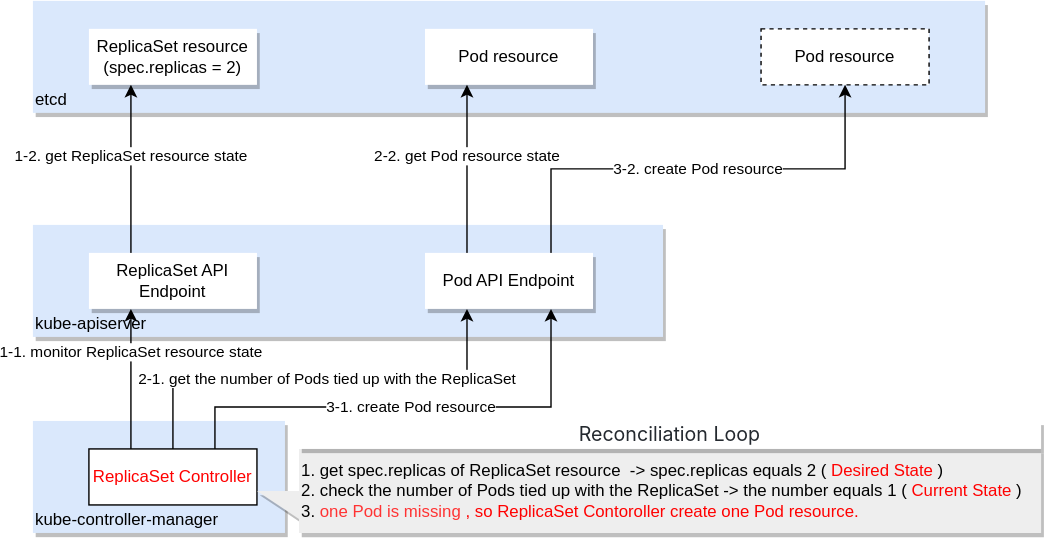
Before: Kubernetes/images/replicaset-controller.drawio.svg, a diagram exported from draw.io (k-makino-jp/sandbox). Source tidied: cells renumbered, new cells last; positions are measured from the earlier drawing's top-left corner, leaving out a move shared by most shapes.
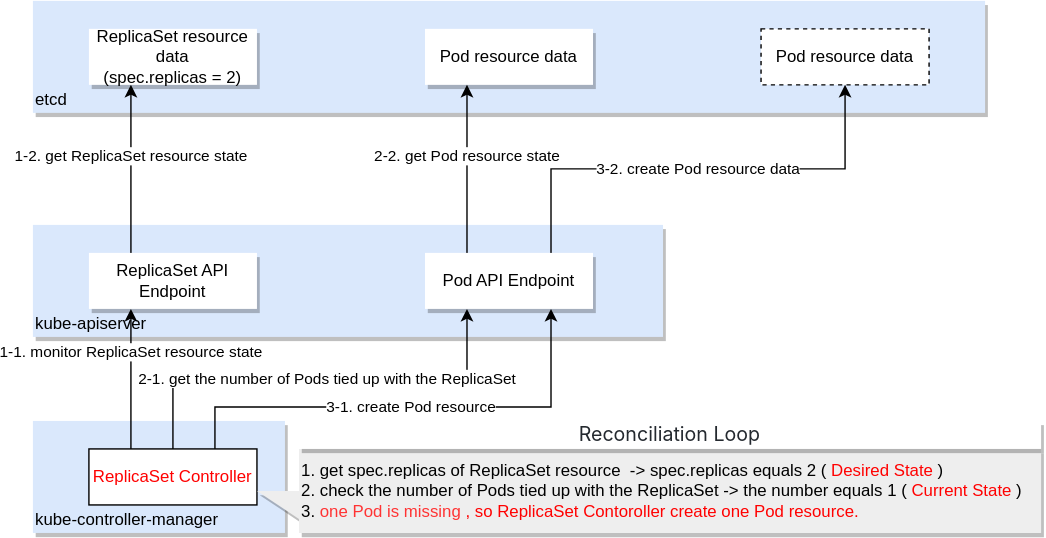
The same diagram one commit later.

Change to the diagram source:
```diff
@@ -34,19 +34,19 @@
     <mxCell id="10" value="ReplicaSet Controller" style="rounded=0;whiteSpace=wrap;html=1;fontColor=#FF0000;" parent="1" vertex="1">
       <mxGeometry x="40" y="320" width="120" height="40" as="geometry" />
     </mxCell>
-    <mxCell id="11" value="ReplicaSet resource&lt;br&gt;(spec.replicas = 2)" style="rounded=0;whiteSpace=wrap;html=1;strokeColor=none;shadow=1;" parent="1" vertex="1">
+    <mxCell id="11" value="ReplicaSet resource data&lt;br&gt;(spec.replicas = 2)" style="rounded=0;whiteSpace=wrap;html=1;strokeColor=none;shadow=1;" parent="1" vertex="1">
       <mxGeometry x="40" y="20" width="120" height="40" as="geometry" />
     </mxCell>
-    <mxCell id="12" value="Pod resource" style="rounded=0;whiteSpace=wrap;html=1;strokeColor=none;shadow=1;" parent="1" vertex="1">
+    <mxCell id="12" value="Pod resource data" style="rounded=0;whiteSpace=wrap;html=1;strokeColor=none;shadow=1;" parent="1" vertex="1">
       <mxGeometry x="280" y="20" width="120" height="40" as="geometry" />
     </mxCell>
-    <mxCell id="13" value="Pod resource" style="rounded=0;whiteSpace=wrap;html=1;shadow=0;dashed=1;" parent="1" vertex="1">
+    <mxCell id="13" value="Pod resource data" style="rounded=0;whiteSpace=wrap;html=1;shadow=0;dashed=1;" parent="1" vertex="1">
       <mxGeometry x="520" y="20" width="120" height="40" as="geometry" />
     </mxCell>
     <mxCell id="14" value="2-2. get Pod resource state" style="edgeStyle=orthogonalEdgeStyle;rounded=0;jettySize=auto;html=1;exitX=0.25;exitY=0;exitDx=0;exitDy=0;entryX=0.25;entryY=1;entryDx=0;entryDy=0;verticalAlign=bottom;" parent="1" edge="1" source="16" target="12">
       <mxGeometry relative="1" as="geometry" />
     </mxCell>
-    <mxCell id="15" value="3-2. create Pod resource" style="edgeStyle=orthogonalEdgeStyle;rounded=0;jettySize=auto;html=1;exitX=0.75;exitY=0;exitDx=0;exitDy=0;entryX=0.5;entryY=1;entryDx=0;entryDy=0;verticalAlign=middle;" parent="1" edge="1" source="16" target="13">
+    <mxCell id="15" value="3-2. create Pod resource data" style="edgeStyle=orthogonalEdgeStyle;rounded=0;jettySize=auto;html=1;exitX=0.75;exitY=0;exitDx=0;exitDy=0;entryX=0.5;entryY=1;entryDx=0;entryDy=0;verticalAlign=middle;" parent="1" edge="1" source="16" target="13">
       <mxGeometry relative="1" as="geometry" />
     </mxCell>
     <mxCell id="16" value="Pod API Endpoint" style="rounded=0;whiteSpace=wrap;html=1;strokeColor=none;shadow=1;" parent="1" vertex="1">
```
